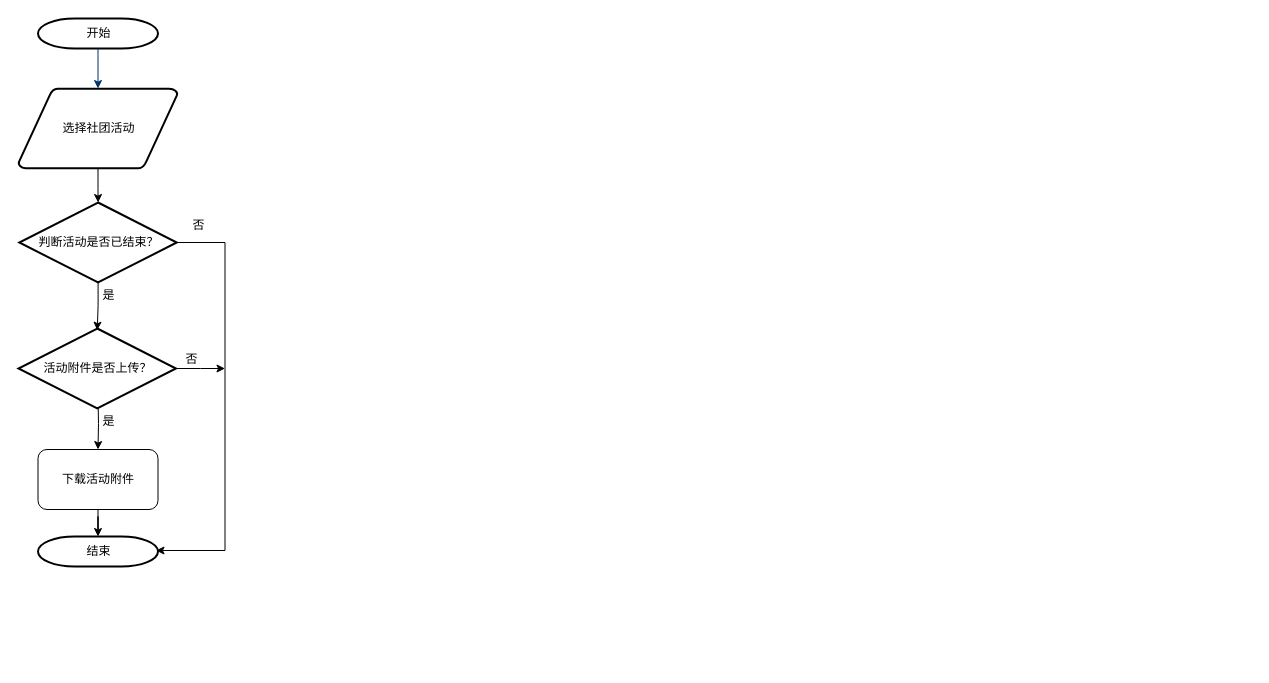
Before: 保存.drawio in Gonod20s/Voice-Controlled-Robot, a draw.io diagram. Source tidied: cells renumbered, new cells numbered last; positions are measured from the earlier drawing's top-left corner, leaving out a move shared by most shapes. Both pictures are drawn from the tidied source at 100%, with x=0, y=0 at pixel (18, 18).
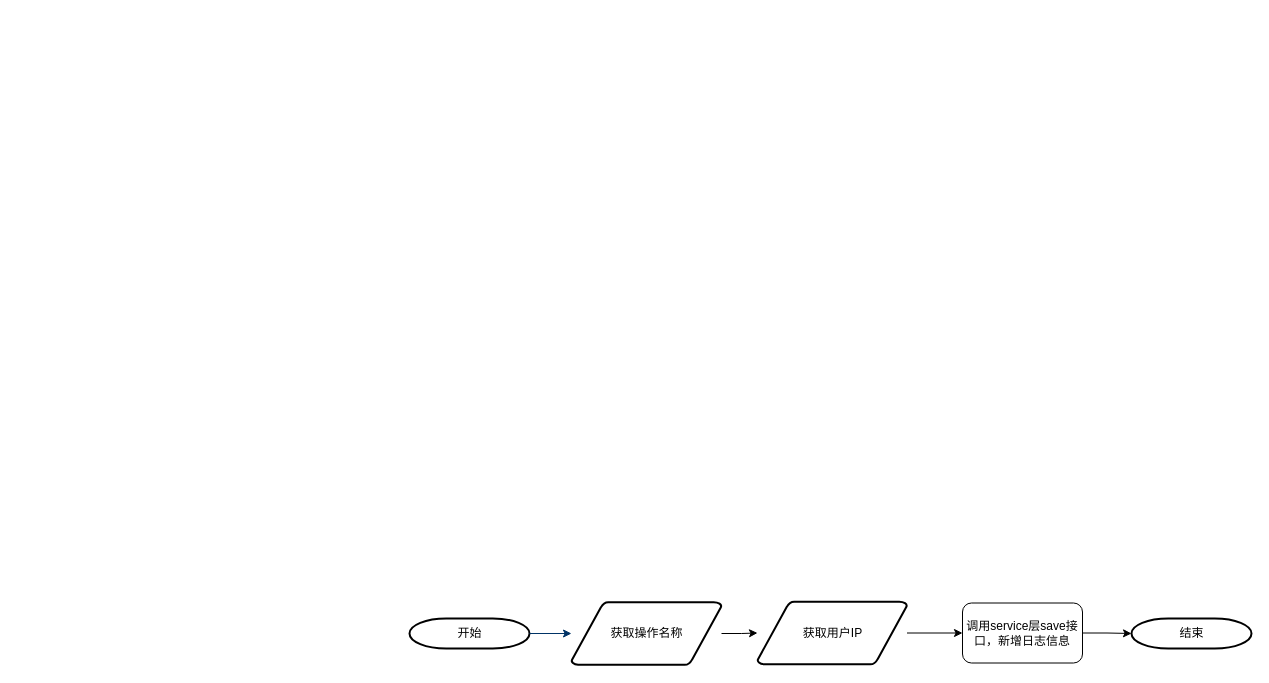
The same page after the edit.

Diff of the diagram source:
```diff
@@
     <mxCell id="2" value="开始" style="shape=mxgraph.flowchart.terminator;strokeWidth=2;gradientColor=none;gradientDirection=north;fontStyle=0;html=1;" parent="1" vertex="1">
-      <mxGeometry x="19.5" width="120" height="30" as="geometry" />
+      <mxGeometry x="391" y="600" width="120" height="30" as="geometry" />
     </mxCell>
-    <mxCell id="3" style="edgeStyle=orthogonalEdgeStyle;rounded=0;jettySize=auto;html=1;" parent="1" edge="1" source="4" target="10">
-      <mxGeometry relative="1" as="geometry" />
-    </mxCell>
-    <mxCell id="4" value="选择社团活动" style="shape=mxgraph.flowchart.data;strokeWidth=2;gradientColor=none;gradientDirection=north;fontStyle=0;html=1;" parent="1" vertex="1">
-      <mxGeometry y="70" width="159" height="80" as="geometry" />
-    </mxCell>
-    <mxCell id="5" style="fontStyle=1;strokeColor=#003366;strokeWidth=1;html=1;" parent="1" edge="1" source="2" target="4">
-      <mxGeometry relative="1" as="geometry" />
-    </mxCell>
+    <mxCell id="19" style="edgeStyle=orthogonalEdgeStyle;rounded=0;jettySize=auto;html=1;" parent="1" edge="1" source="20" target="25">
+      <mxGeometry relative="1" as="geometry" />
+    </mxCell>
+    <mxCell id="20" value="获取操作名称" style="shape=mxgraph.flowchart.data;strokeWidth=2;gradientColor=none;gradientDirection=north;fontStyle=0;html=1;" parent="1" vertex="1">
+      <mxGeometry x="553" y="583.5" width="150" height="63" as="geometry" />
+    </mxCell>
+    <mxCell id="21" style="fontStyle=1;strokeColor=#003366;strokeWidth=1;html=1;" parent="1" edge="1" source="2" target="20">
+      <mxGeometry relative="1" as="geometry" />
+    </mxCell>
     <mxCell id="6" value="结束" style="shape=mxgraph.flowchart.terminator;strokeWidth=2;gradientColor=none;gradientDirection=north;fontStyle=0;html=1;" parent="1" vertex="1">
-      <mxGeometry x="19.5" y="518" width="120" height="30" as="geometry" />
+      <mxGeometry x="1113" y="600" width="120" height="30" as="geometry" />
     </mxCell>
-    <mxCell id="7" style="edgeStyle=orthogonalEdgeStyle;rounded=0;jettySize=auto;html=1;" parent="1" edge="1" source="8" target="6">
-      <mxGeometry relative="1" as="geometry" />
-    </mxCell>
-    <mxCell id="8" value="下载活动附件" style="rounded=1;whiteSpace=wrap;html=1;" parent="1" vertex="1">
-      <mxGeometry x="19.5" y="431" width="120" height="60" as="geometry" />
-    </mxCell>
-    <mxCell id="9" style="edgeStyle=orthogonalEdgeStyle;rounded=0;jettySize=auto;html=1;" parent="1" edge="1" target="8">
-      <mxGeometry relative="1" as="geometry">
-        <mxPoint x="79.5" y="378" as="sourcePoint" />
-      </mxGeometry>
-    </mxCell>
-    <mxCell id="10" value="判断活动是否已结束？" style="shape=mxgraph.flowchart.decision;strokeWidth=2;gradientColor=none;gradientDirection=north;fontStyle=0;html=1;" parent="1" vertex="1">
-      <mxGeometry x="0.8" y="184" width="157.5" height="80" as="geometry" />
-    </mxCell>
-    <mxCell id="11" style="edgeStyle=orthogonalEdgeStyle;rounded=0;jettySize=auto;html=1;" parent="1" edge="1" source="10">
-      <mxGeometry relative="1" as="geometry">
-        <mxPoint x="137.5" y="532" as="targetPoint" />
-        <Array as="points">
-          <mxPoint x="206.5" y="224" />
-          <mxPoint x="206.5" y="532" />
-        </Array>
-      </mxGeometry>
-    </mxCell>
-    <mxCell id="12" value="否" style="text;html=1;align=center;verticalAlign=middle;strokeColor=none;fillColor=none;" parent="1" vertex="1">
-      <mxGeometry x="164.5" y="194" width="30" height="26" as="geometry" />
-    </mxCell>
-    <mxCell id="13" value="是" style="text;html=1;align=center;verticalAlign=middle;strokeColor=none;fillColor=none;" parent="1" vertex="1">
-      <mxGeometry x="74.5" y="264" width="30" height="26" as="geometry" />
-    </mxCell>
-    <mxCell id="14" style="edgeStyle=orthogonalEdgeStyle;rounded=0;jettySize=auto;html=1;" parent="1" edge="1" source="15">
-      <mxGeometry relative="1" as="geometry">
-        <mxPoint x="206.5" y="350" as="targetPoint" />
-      </mxGeometry>
-    </mxCell>
-    <mxCell id="15" value="活动附件是否上传？" style="shape=mxgraph.flowchart.decision;strokeWidth=2;gradientColor=none;gradientDirection=north;fontStyle=0;html=1;" parent="1" vertex="1">
-      <mxGeometry y="310" width="157.5" height="80" as="geometry" />
-    </mxCell>
-    <mxCell id="16" style="edgeStyle=orthogonalEdgeStyle;rounded=0;jettySize=auto;html=1;entryX=0.5;entryY=0.021;entryDx=0;entryDy=0;entryPerimeter=0;" parent="1" edge="1" source="10" target="15">
-      <mxGeometry relative="1" as="geometry" />
-    </mxCell>
-    <mxCell id="17" value="否" style="text;html=1;align=center;verticalAlign=middle;strokeColor=none;fillColor=none;" parent="1" vertex="1">
-      <mxGeometry x="157.5" y="328" width="30" height="26" as="geometry" />
-    </mxCell>
-    <mxCell id="18" value="是" style="text;html=1;align=center;verticalAlign=middle;strokeColor=none;fillColor=none;" parent="1" vertex="1">
-      <mxGeometry x="74.5" y="390" width="30" height="26" as="geometry" />
-    </mxCell>
+    <mxCell id="22" style="edgeStyle=orthogonalEdgeStyle;rounded=0;jettySize=auto;html=1;exitX=1;exitY=0.5;exitDx=0;exitDy=0;" parent="1" edge="1" source="23" target="6">
+      <mxGeometry relative="1" as="geometry" />
+    </mxCell>
+    <mxCell id="23" value="调用service层save接口，新增日志信息" style="rounded=1;whiteSpace=wrap;html=1;" parent="1" vertex="1">
+      <mxGeometry x="944" y="584.5" width="120" height="60" as="geometry" />
+    </mxCell>
+    <mxCell id="24" style="edgeStyle=orthogonalEdgeStyle;rounded=0;jettySize=auto;html=1;entryX=0;entryY=0.5;entryDx=0;entryDy=0;" parent="1" edge="1" source="25" target="23">
+      <mxGeometry relative="1" as="geometry" />
+    </mxCell>
+    <mxCell id="25" value="获取用户IP" style="shape=mxgraph.flowchart.data;strokeWidth=2;gradientColor=none;gradientDirection=north;fontStyle=0;html=1;" parent="1" vertex="1">
+      <mxGeometry x="739" y="583" width="149.5" height="63" as="geometry" />
+    </mxCell>
```
